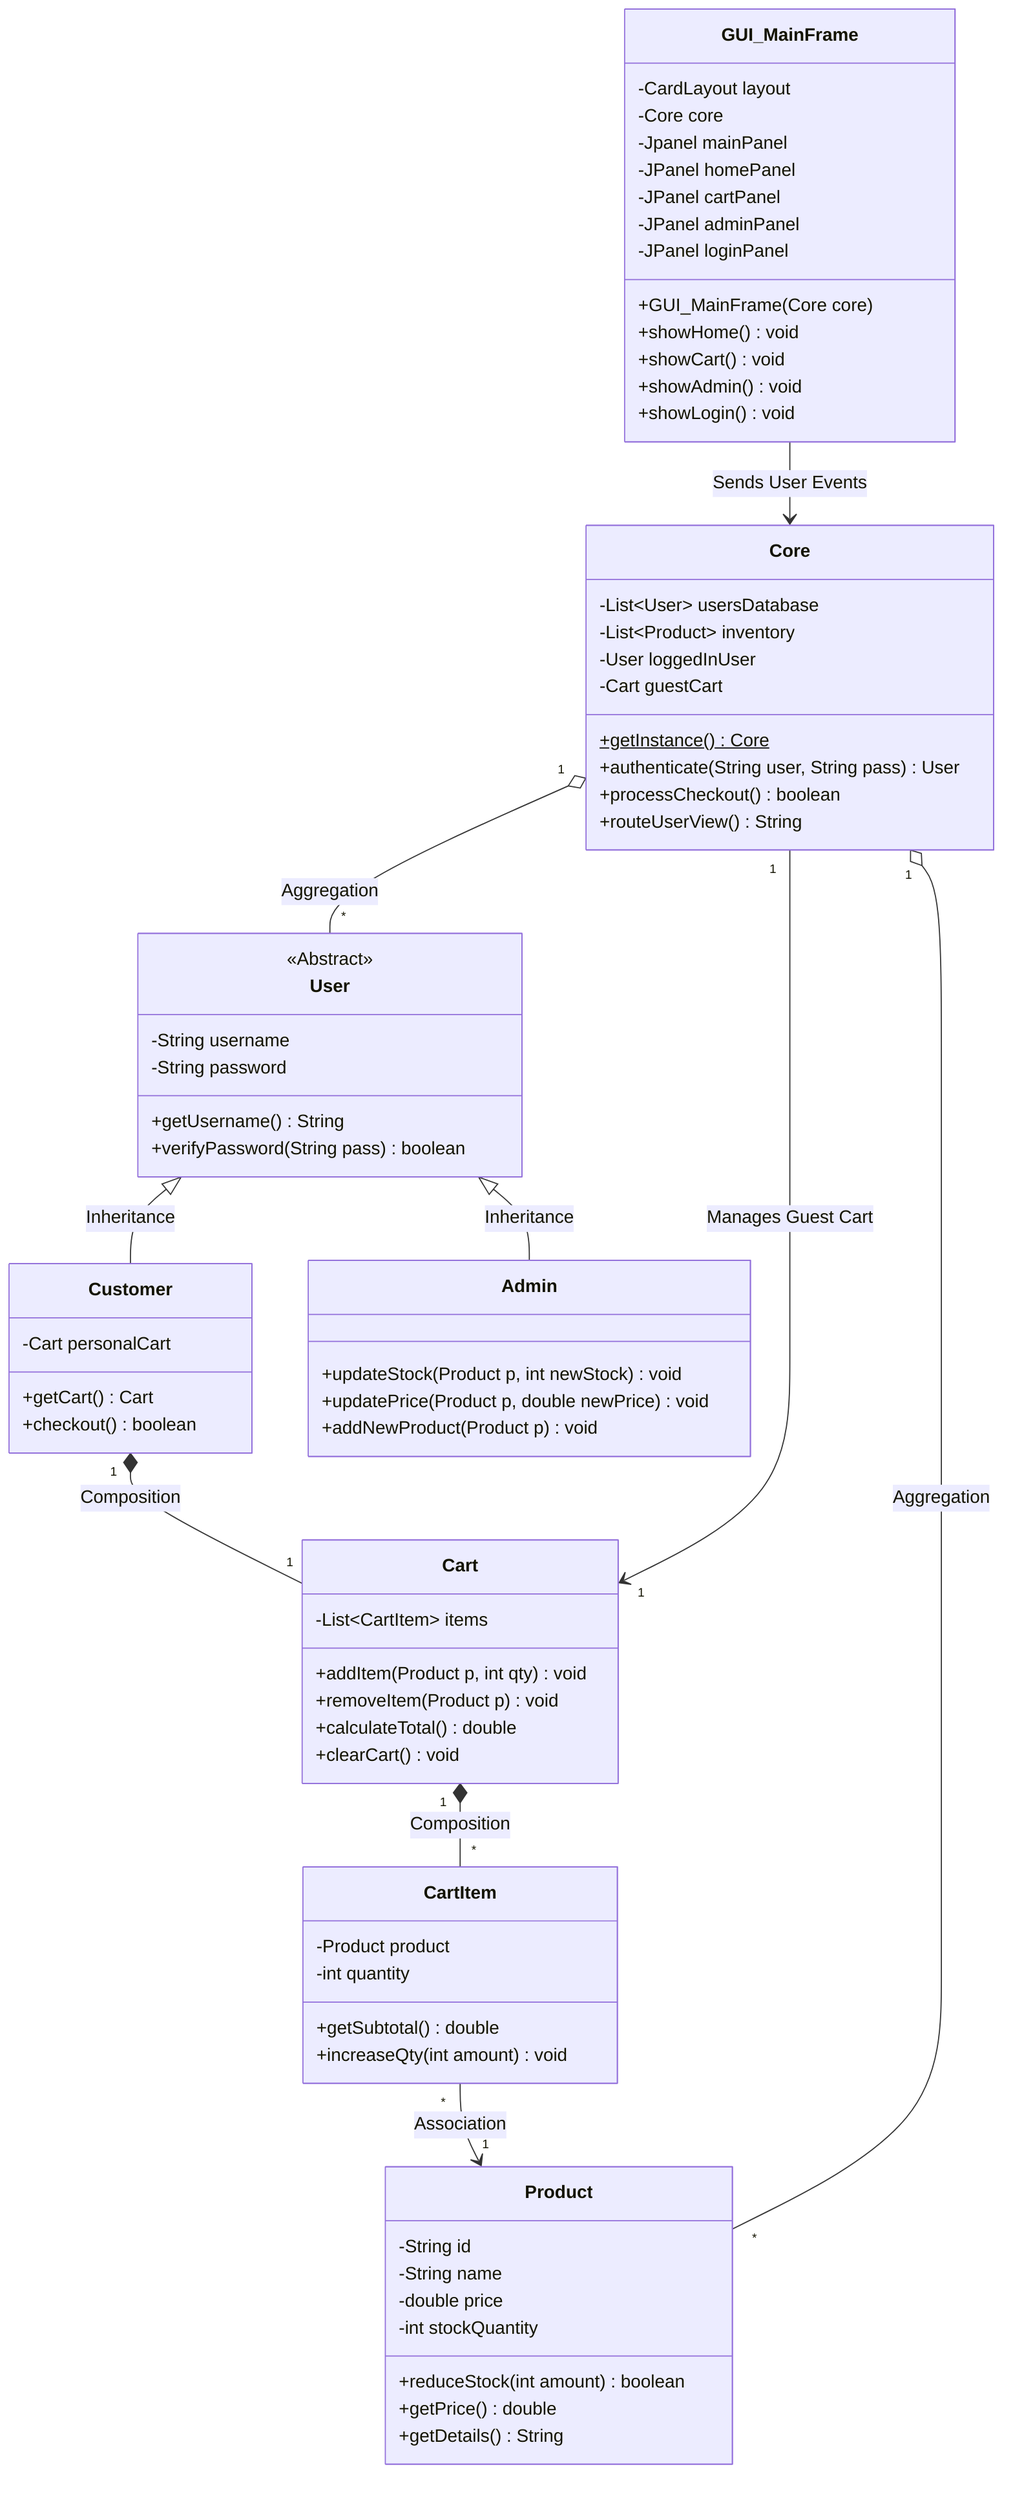
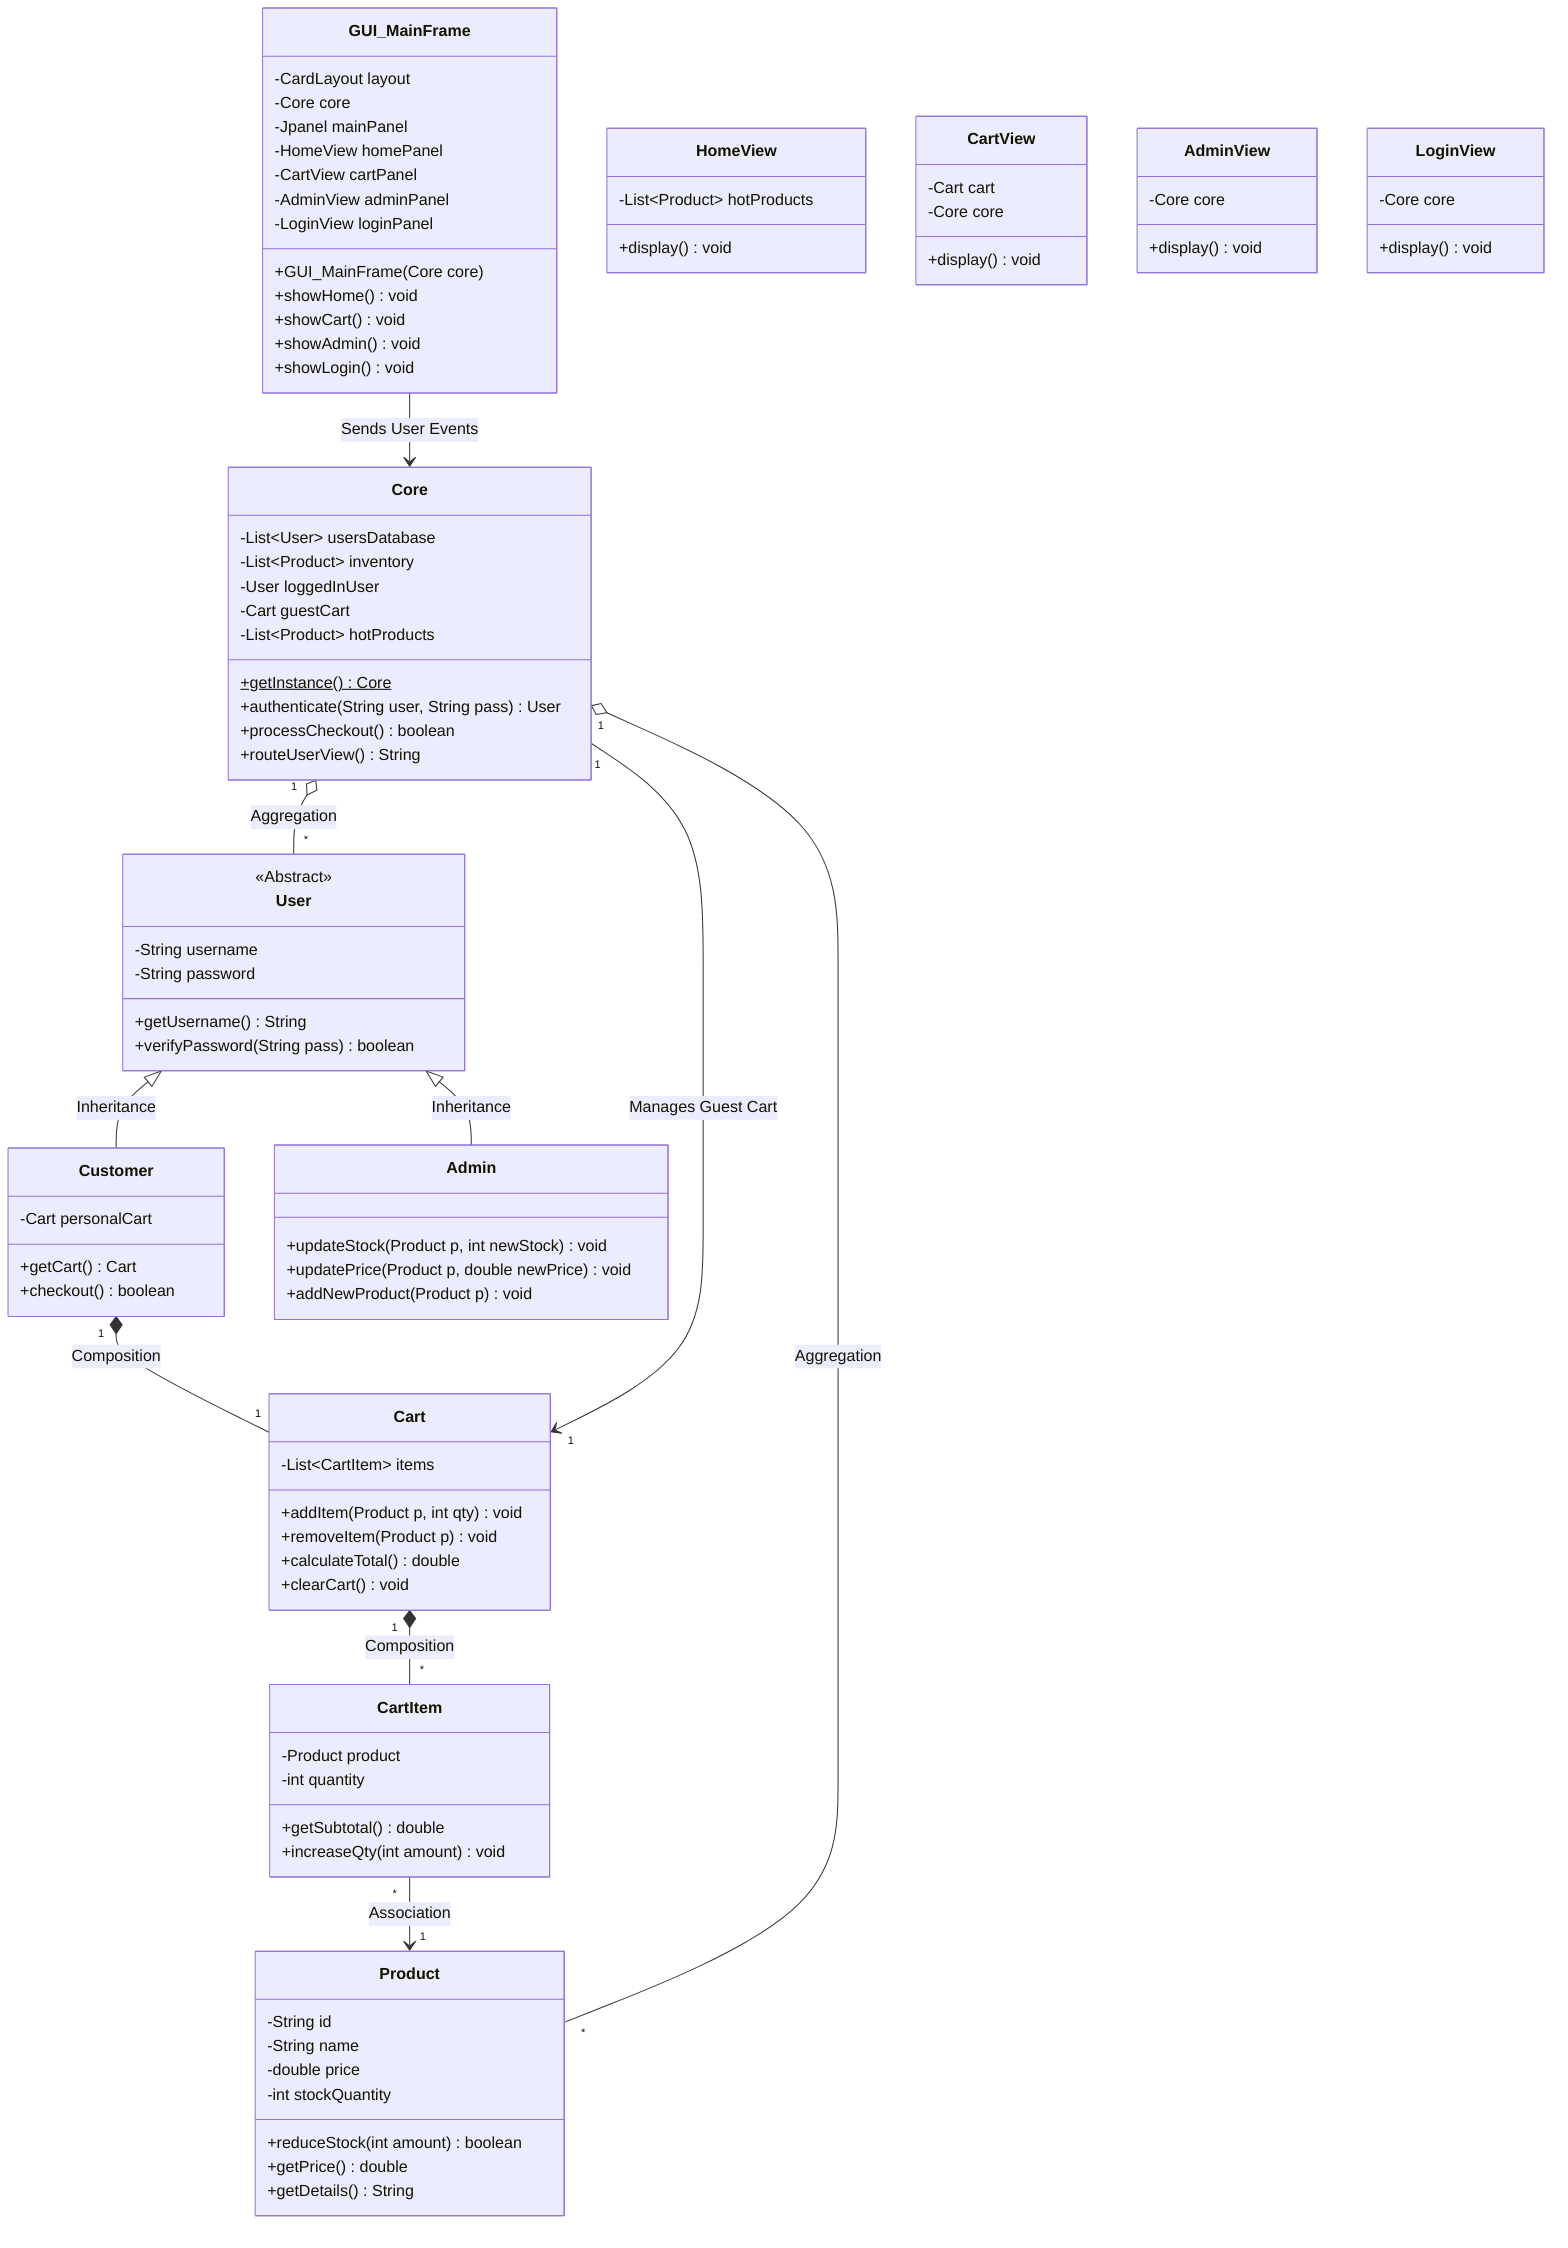
classDiagram
    %% Relationships & Connectors
    User <|-- Customer : Inheritance
    User <|-- Admin : Inheritance

    Customer "1" *-- "1" Cart : Composition
    Cart "1" *-- "*" CartItem : Composition
    CartItem "*" --> "1" Product : Association

    Core "1" o-- "*" User : Aggregation
    Core "1" o-- "*" Product : Aggregation
    Core "1" --> "1" Cart : Manages Guest Cart

    %% Base User Class
    class User {
        <<Abstract>>
        -String username
        -String password
        +getUsername() String
        +verifyPassword(String pass) boolean
    }

    %% Child Classes
    class Customer {
        -Cart personalCart
        +getCart() Cart
        +checkout() boolean
    }

    class Admin {
        +updateStock(Product p, int newStock) void
        +updatePrice(Product p, double newPrice) void
        +addNewProduct(Product p) void
    }

    %% Product & Cart Classes
    class Product {
        -String id
        -String name
        -double price
        -int stockQuantity
        +reduceStock(int amount) boolean
        +getPrice() double
        +getDetails() String
    }

    class Cart {
        -List~CartItem~ items
        +addItem(Product p, int qty) void
        +removeItem(Product p) void
        +calculateTotal() double
        +clearCart() void
    }

    class CartItem {
        -Product product
        -int quantity
        +getSubtotal() double
        +increaseQty(int amount) void
    }

    %% The Main Controller (Singleton)
    class Core {
        -List~User~ usersDatabase
        -List~Product~ inventory
        -User loggedInUser
        -Cart guestCart
+         -List~Product~ hotProducts
        +getInstance() Core$
        +authenticate(String user, String pass) User
        +processCheckout() boolean
        +routeUserView() String
    }

    %% UI Representation (Optional in pure data UML, but helpful)
    class GUI_MainFrame {
        -CardLayout layout
        -Core core
        -Jpanel mainPanel
-         -JPanel homePanel
-         -JPanel cartPanel
-         -JPanel adminPanel
-         -JPanel loginPanel
+         -HomeView homePanel
+         -CartView cartPanel
+         -AdminView adminPanel
+         -LoginView loginPanel
        +GUI_MainFrame(Core core)
        +showHome() void
        +showCart() void
        +showAdmin() void
        +showLogin() void
    }

+     class HomeView{
+         -List~Product~ hotProducts
+         +display() void
+     }
+     class CartView{
+         -Cart cart
+         -Core core
+         +display() void
+     }
+     class AdminView{
+         -Core core
+         +display() void
+     }
+     class LoginView{
+         -Core core
+         +display() void
+     }
+ 
    GUI_MainFrame --> Core : Sends User Events